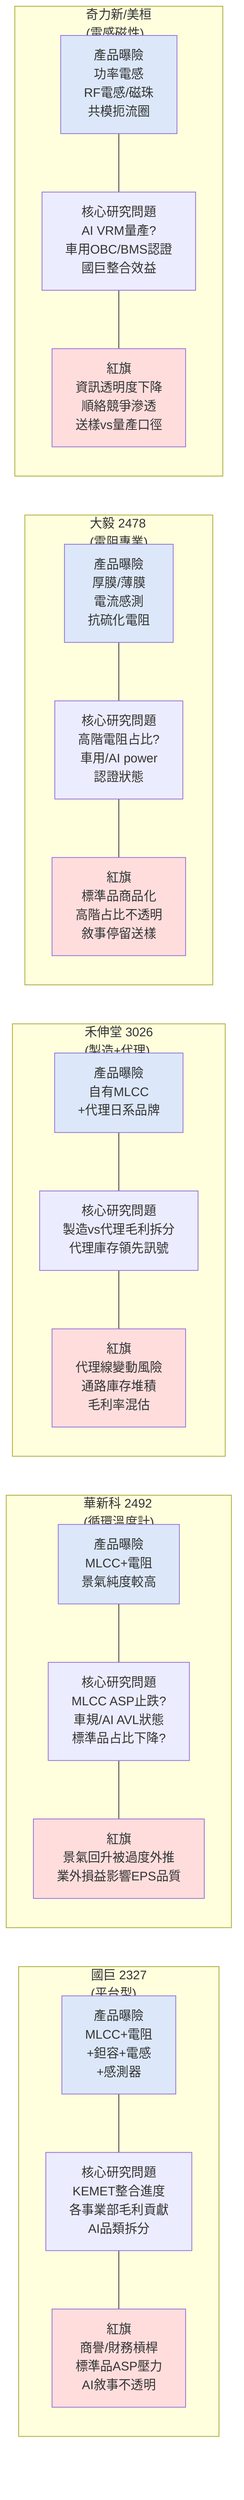
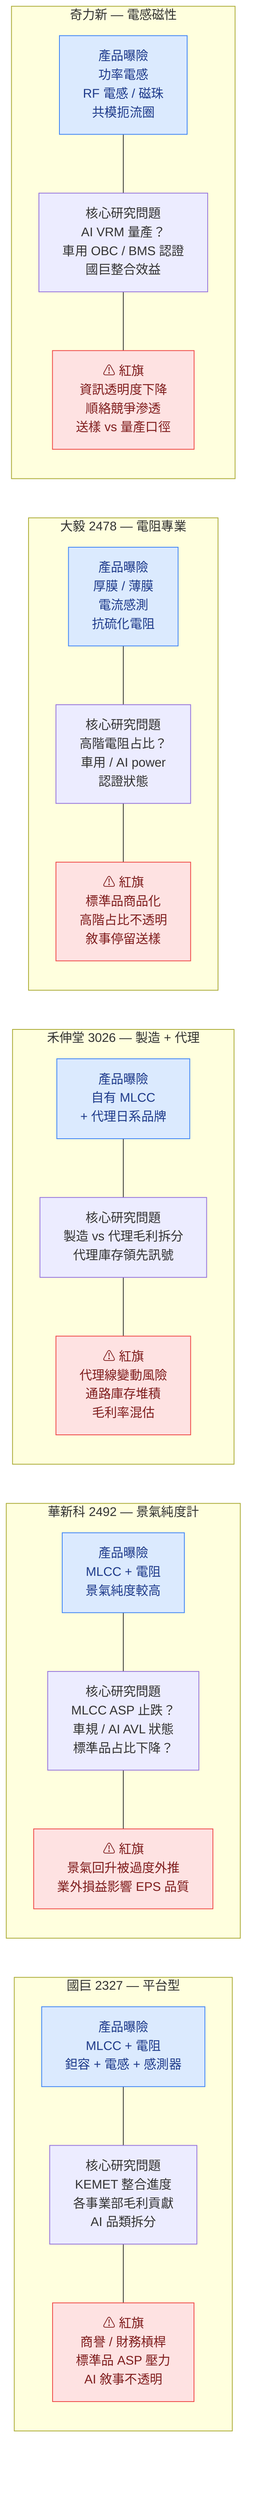
%%{init: {"theme": "default"}}%%
flowchart LR
-     subgraph GK["國巨 2327\n(平台型)"]
-         GK1["產品曝險\nMLCC+電阻\n+鉭容+電感\n+感測器"]
-         GK2["核心研究問題\nKEMET整合進度\n各事業部毛利貢獻\nAI品類拆分"]
-         GK3["紅旗\n商譽/財務槓桿\n標準品ASP壓力\nAI敘事不透明"]
+     subgraph GK["國巨 2327 — 平台型"]
+         GK1["產品曝險\nMLCC + 電阻\n鉭容 + 電感 + 感測器"]
+         GK2["核心研究問題\nKEMET 整合進度\n各事業部毛利貢獻\nAI 品類拆分"]
+         GK3["⚠ 紅旗\n商譽 / 財務槓桿\n標準品 ASP 壓力\nAI 敘事不透明"]
    end

-     subgraph HX["華新科 2492\n(循環溫度計)"]
-         HX1["產品曝險\nMLCC+電阻\n景氣純度較高"]
-         HX2["核心研究問題\nMLCC ASP止跌?\n車規/AI AVL狀態\n標準品占比下降?"]
-         HX3["紅旗\n景氣回升被過度外推\n業外損益影響EPS品質"]
+     subgraph HX["華新科 2492 — 景氣純度計"]
+         HX1["產品曝險\nMLCC + 電阻\n景氣純度較高"]
+         HX2["核心研究問題\nMLCC ASP 止跌？\n車規 / AI AVL 狀態\n標準品占比下降？"]
+         HX3["⚠ 紅旗\n景氣回升被過度外推\n業外損益影響 EPS 品質"]
    end

-     subgraph HS["禾伸堂 3026\n(製造+代理)"]
-         HS1["產品曝險\n自有MLCC\n+代理日系品牌"]
-         HS2["核心研究問題\n製造vs代理毛利拆分\n代理庫存領先訊號"]
-         HS3["紅旗\n代理線變動風險\n通路庫存堆積\n毛利率混估"]
+     subgraph HS["禾伸堂 3026 — 製造 + 代理"]
+         HS1["產品曝險\n自有 MLCC\n+ 代理日系品牌"]
+         HS2["核心研究問題\n製造 vs 代理毛利拆分\n代理庫存領先訊號"]
+         HS3["⚠ 紅旗\n代理線變動風險\n通路庫存堆積\n毛利率混估"]
    end

-     subgraph DY["大毅 2478\n(電阻專業)"]
-         DY1["產品曝險\n厚膜/薄膜\n電流感測\n抗硫化電阻"]
-         DY2["核心研究問題\n高階電阻占比?\n車用/AI power\n認證狀態"]
-         DY3["紅旗\n標準品商品化\n高階占比不透明\n敘事停留送樣"]
+     subgraph DY["大毅 2478 — 電阻專業"]
+         DY1["產品曝險\n厚膜 / 薄膜\n電流感測\n抗硫化電阻"]
+         DY2["核心研究問題\n高階電阻占比？\n車用 / AI power\n認證狀態"]
+         DY3["⚠ 紅旗\n標準品商品化\n高階占比不透明\n敘事停留送樣"]
    end

-     subgraph QX["奇力新/美桓\n(電感磁性)"]
-         QX1["產品曝險\n功率電感\nRF電感/磁珠\n共模扼流圈"]
-         QX2["核心研究問題\nAI VRM量產?\n車用OBC/BMS認證\n國巨整合效益"]
-         QX3["紅旗\n資訊透明度下降\n順絡競爭滲透\n送樣vs量產口徑"]
+     subgraph QX["奇力新 — 電感磁性"]
+         QX1["產品曝險\n功率電感\nRF 電感 / 磁珠\n共模扼流圈"]
+         QX2["核心研究問題\nAI VRM 量產？\n車用 OBC / BMS 認證\n國巨整合效益"]
+         QX3["⚠ 紅旗\n資訊透明度下降\n順絡競爭滲透\n送樣 vs 量產口徑"]
    end

    GK1 --- GK2 --- GK3
    HX1 --- HX2 --- HX3
    HS1 --- HS2 --- HS3
    DY1 --- DY2 --- DY3
    QX1 --- QX2 --- QX3

-     style GK3 fill:#ffdddd
-     style HX3 fill:#ffdddd
-     style HS3 fill:#ffdddd
-     style DY3 fill:#ffdddd
-     style QX3 fill:#ffdddd
-     style GK1 fill:#dce8f9
-     style HX1 fill:#dce8f9
-     style HS1 fill:#dce8f9
-     style DY1 fill:#dce8f9
-     style QX1 fill:#dce8f9
+     style GK1 fill:#dbeafe,stroke:#3b82f6,color:#1e3a8a
+     style HX1 fill:#dbeafe,stroke:#3b82f6,color:#1e3a8a
+     style HS1 fill:#dbeafe,stroke:#3b82f6,color:#1e3a8a
+     style DY1 fill:#dbeafe,stroke:#3b82f6,color:#1e3a8a
+     style QX1 fill:#dbeafe,stroke:#3b82f6,color:#1e3a8a
+ 
+     style GK3 fill:#fee2e2,stroke:#ef4444,color:#7f1d1d
+     style HX3 fill:#fee2e2,stroke:#ef4444,color:#7f1d1d
+     style HS3 fill:#fee2e2,stroke:#ef4444,color:#7f1d1d
+     style DY3 fill:#fee2e2,stroke:#ef4444,color:#7f1d1d
+     style QX3 fill:#fee2e2,stroke:#ef4444,color:#7f1d1d
